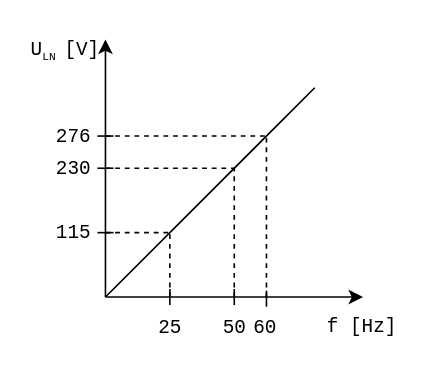
This is V_f_const.drawio from thece36/drawio, a draw.io file, before an edit. Source tidied: cells renumbered, new cells numbered last; positions are measured from the earlier drawing's top-left corner, leaving out a move shared by most shapes. Both pictures are drawn from the tidied source at 161%, with x=0, y=0 at pixel (27, 34).
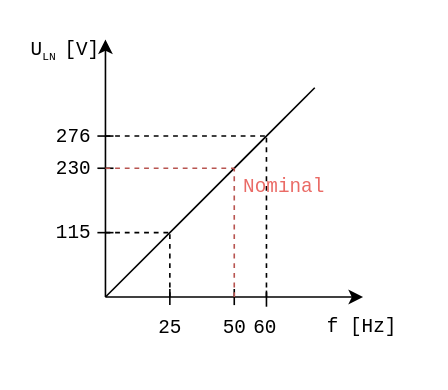
Above is the later version.

The edit, as a diff of the source:
```diff
@@
-    <mxCell id="14" style="endArrow=none;dashed=1;html=1;fontFamily=Courier New;fontSize=16;" parent="1" edge="1">
+    <mxCell id="14" style="endArrow=none;dashed=1;html=1;fontFamily=Courier New;fontSize=16;fillColor=#f8cecc;strokeColor=#b85450;" parent="1" edge="1">
       <mxGeometry relative="1" as="geometry">
         <mxPoint x="128" y="163" as="sourcePoint" />
         <mxPoint x="128" y="83" as="targetPoint" />
       </mxGeometry>
     </mxCell>
-    <mxCell id="15" style="endArrow=none;dashed=1;html=1;fontFamily=Courier New;fontSize=16;" parent="1" edge="1">
+    <mxCell id="15" style="endArrow=none;dashed=1;html=1;fontFamily=Courier New;fontSize=16;fillColor=#f8cecc;strokeColor=#b85450;" parent="1" edge="1">
       <mxGeometry relative="1" as="geometry">
         <mxPoint x="48" y="83" as="sourcePoint" />
         <mxPoint x="128" y="83" as="targetPoint" />
       </mxGeometry>
     </mxCell>
@@
+    <mxCell id="25" style="endArrow=oval;html=1;fontFamily=Courier New;fontSize=12;endFill=1;endSize=3;fillColor=#f8cecc;strokeColor=#b85450;" parent="1" edge="1">
+      <mxGeometry relative="1" as="geometry">
+        <mxPoint x="128" y="82.6" as="sourcePoint" />
+        <mxPoint x="128" y="82.6" as="targetPoint" />
+      </mxGeometry>
+    </mxCell>
+    <mxCell id="26" value="&lt;font color=&quot;#EA6B66&quot;&gt;Nominal&lt;/font&gt;" style="text;html=1;align=left;verticalAlign=top;spacingTop=-4;fontSize=12;fontFamily=Courier New;" parent="1" vertex="1">
+      <mxGeometry x="132" y="85" width="60" height="20" as="geometry" />
+    </mxCell>
```
